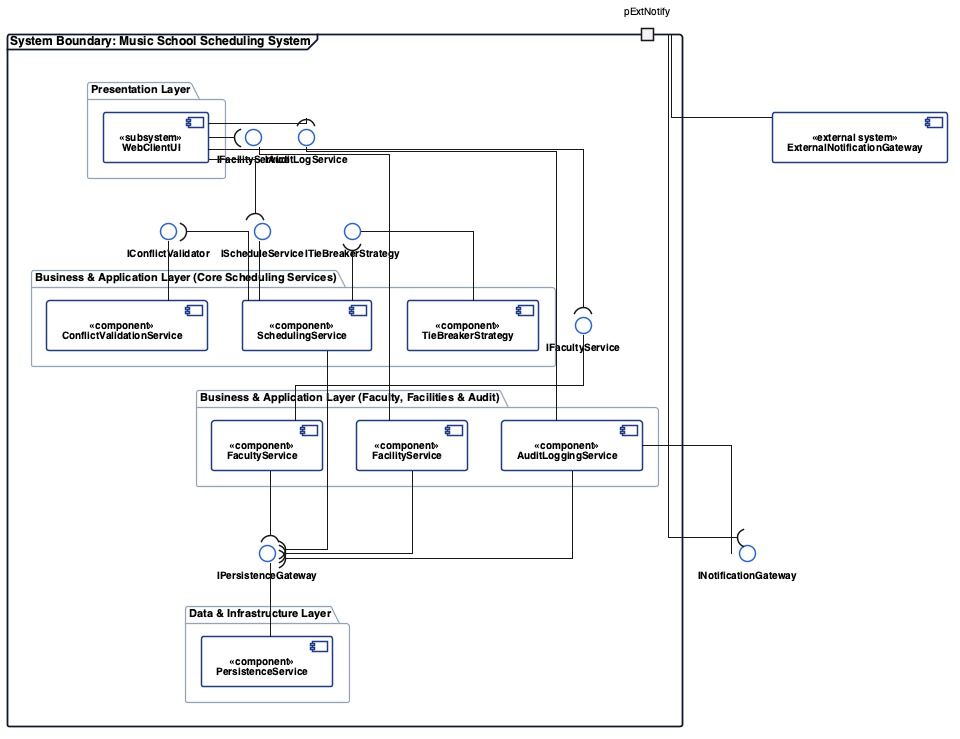
adoreblvnk/2001temp keeps this PlantUML diagram as report/assets/m2/component_diagram.png. Above is the earlier version. Its diagram source:
```plantuml
@startuml component_diagram
top to bottom direction
skinparam componentStyle uml2
skinparam shadowing false
skinparam defaultFontName "Helvetica", "Arial", sans-serif
skinparam defaultFontSize 10
skinparam linetype ortho

skinparam component {
    BackgroundColor #FFFFFF
    BorderColor #1E3A8A
    BorderThickness 1.5
    HeaderBackgroundColor #EFF6FF
    FontSize 10
    FontStyle bold
}

skinparam interface {
    BackgroundColor #FFFFFF
    BorderColor #2563EB
    BorderThickness 1.5
    FontSize 10
    FontStyle bold
}

skinparam package {
    BackgroundColor #F8FAFC
    BorderColor #94A3B8
    BorderThickness 1.2
    FontSize 11
    FontStyle bold
}

skinparam frame {
    BackgroundColor #FFFFFF
    BorderColor #0F172A
    BorderThickness 1.8
    FontSize 12
    FontStyle bold
}

frame "System Boundary: Music School Scheduling System" {

    package "Presentation Layer" {
        component [WebClientUI] as UI <<subsystem>>
    }

    () "IScheduleService" as ISchedule
    () "IFacultyService" as IFaculty
    () "IFacilityService" as IFacility
    () "IAuditLogService" as IAudit

    package "Business & Application Layer (Core Scheduling Services)" {
        component [SchedulingService] as SchedComp <<component>>
        component [ConflictValidationService] as ValComp <<component>>
        component [TieBreakerStrategy] as RankComp <<component>>
    }

    () "IConflictValidator" as IVal
    () "ITieBreakerStrategy" as IRank

    package "Business & Application Layer (Faculty, Facilities & Audit)" {
        component [FacultyService] as FacComp <<component>>
        component [FacilityService] as FacilComp <<component>>
        component [AuditLoggingService] as AuditComp <<component>>
    }

    () "IPersistenceGateway" as IData

    package "Data & Infrastructure Layer" {
        component [PersistenceService] as DataComp <<component>>
    }

    port "pExtNotify" as pExtNotify
}

component [ExternalNotificationGateway] as ExtNotify <<external system>>

UI -( ISchedule
UI -( IFaculty
UI -( IFacility
UI -( IAudit

SchedComp -up- ISchedule
FacComp -up- IFaculty
FacilComp -up- IFacility
AuditComp -up- IAudit

SchedComp -( IVal
SchedComp -( IRank
ValComp -up- IVal
RankComp -up- IRank

SchedComp -( IData
FacComp -( IData
FacilComp -( IData
AuditComp -( IData
DataComp -up- IData

() "INotificationGateway" as INotify
AuditComp -down- INotify
pExtNotify -up-( INotify
pExtNotify -down- ExtNotify

UI -[hidden]down-> ISchedule
ISchedule -[hidden]down-> SchedComp
SchedComp -[hidden]down-> FacComp
FacComp -[hidden]down-> IData
IData -[hidden]down-> DataComp

@enduml
```
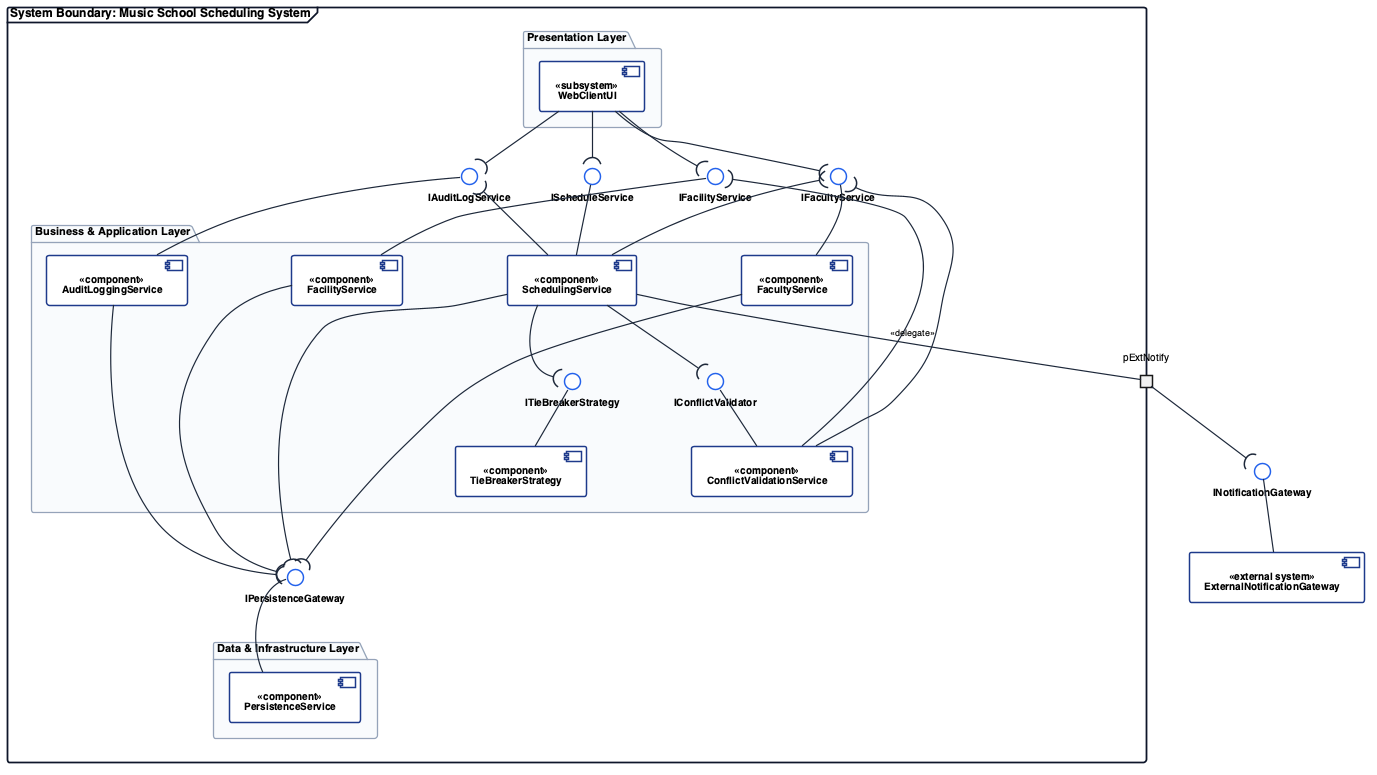
Later version of the same file.

What changed in the source:
```diff
@@ -4,13 +4,13 @@
 skinparam shadowing false
 skinparam defaultFontName "Helvetica", "Arial", sans-serif
 skinparam defaultFontSize 10
-skinparam linetype ortho
+skinparam nodesep 105
+skinparam ranksep 46
 
 skinparam component {
     BackgroundColor #FFFFFF
     BorderColor #1E3A8A
     BorderThickness 1.5
-    HeaderBackgroundColor #EFF6FF
     FontSize 10
     FontStyle bold
 }
@@ -26,7 +26,7 @@
 skinparam package {
     BackgroundColor #F8FAFC
     BorderColor #94A3B8
-    BorderThickness 1.2
+    BorderThickness 1.3
     FontSize 11
     FontStyle bold
 }
@@ -39,73 +39,92 @@
     FontStyle bold
 }
 
-frame "System Boundary: Music School Scheduling System" {
+skinparam arrow {
+    Color #1E293B
+    Thickness 1.2
+    FontSize 9
+}
 
-    package "Presentation Layer" {
+frame "System Boundary: Music School Scheduling System" as SysBoundary {
+
+    package "Presentation Layer" as PkgUI {
         component [WebClientUI] as UI <<subsystem>>
     }
 
+    () "IAuditLogService" as IAudit
     () "IScheduleService" as ISchedule
     () "IFacultyService" as IFaculty
     () "IFacilityService" as IFacility
-    () "IAuditLogService" as IAudit
 
-    package "Business & Application Layer (Core Scheduling Services)" {
+    package "Business & Application Layer" as PkgBiz {
+        component [AuditLoggingService] as AuditComp <<component>>
         component [SchedulingService] as SchedComp <<component>>
-        component [ConflictValidationService] as ValComp <<component>>
-        component [TieBreakerStrategy] as RankComp <<component>>
-    }
-
-    () "IConflictValidator" as IVal
-    () "ITieBreakerStrategy" as IRank
-
-    package "Business & Application Layer (Faculty, Facilities & Audit)" {
         component [FacultyService] as FacComp <<component>>
         component [FacilityService] as FacilComp <<component>>
-        component [AuditLoggingService] as AuditComp <<component>>
+
+        () "ITieBreakerStrategy" as IRank
+        () "IConflictValidator" as IVal
+
+        component [TieBreakerStrategy] as RankComp <<component>>
+        component [ConflictValidationService] as ValComp <<component>>
     }
 
     () "IPersistenceGateway" as IData
 
-    package "Data & Infrastructure Layer" {
+    package "Data & Infrastructure Layer" as PkgData {
         component [PersistenceService] as DataComp <<component>>
     }
 
-    port "pExtNotify" as pExtNotify
+    portout "pExtNotify" as pExtNotify
 }
 
+() "INotificationGateway" as INotify
 component [ExternalNotificationGateway] as ExtNotify <<external system>>
 
-UI -( ISchedule
-UI -( IFaculty
-UI -( IFacility
-UI -( IAudit
+UI -down-( IAudit
+UI -down-( ISchedule
+UI -down-( IFaculty
+UI -down-( IFacility
 
+AuditComp -up- IAudit
 SchedComp -up- ISchedule
 FacComp -up- IFaculty
 FacilComp -up- IFacility
-AuditComp -up- IAudit
 
-SchedComp -( IVal
-SchedComp -( IRank
+SchedComp -up-( IAudit
+SchedComp -up-( IFaculty
+SchedComp -down-( IRank
+SchedComp -down-( IVal
+RankComp -up- IRank
 ValComp -up- IVal
-RankComp -up- IRank
+ValComp -up-( IFaculty
+ValComp -up-( IFacility
 
-SchedComp -( IData
-FacComp -( IData
-FacilComp -( IData
-AuditComp -( IData
 DataComp -up- IData
+AuditComp -down-( IData
+SchedComp -down-( IData
+FacComp -down-( IData
+FacilComp -down-( IData
 
-() "INotificationGateway" as INotify
-AuditComp -down- INotify
-pExtNotify -up-( INotify
-pExtNotify -down- ExtNotify
+SchedComp -- pExtNotify : <<delegate>>
+pExtNotify -down-( INotify
+ExtNotify -up- INotify
 
-UI -[hidden]down-> ISchedule
-ISchedule -[hidden]down-> SchedComp
-SchedComp -[hidden]down-> FacComp
-FacComp -[hidden]down-> IData
+IAudit -[hidden]right-> ISchedule
+ISchedule -[hidden]right-> IFaculty
+IFaculty -[hidden]right-> IFacility
+
+AuditComp -[hidden]right-> SchedComp
+SchedComp -[hidden]right-> FacComp
+FacComp -[hidden]right-> FacilComp
+
+SchedComp -[hidden]down-> IRank
+FacComp -[hidden]down-> IVal
+IRank -[hidden]right-> IVal
+RankComp -[hidden]right-> ValComp
+
+RankComp -[hidden]down-> IData
+ValComp -[hidden]down-> IData
 IData -[hidden]down-> DataComp
 
 @enduml
```
